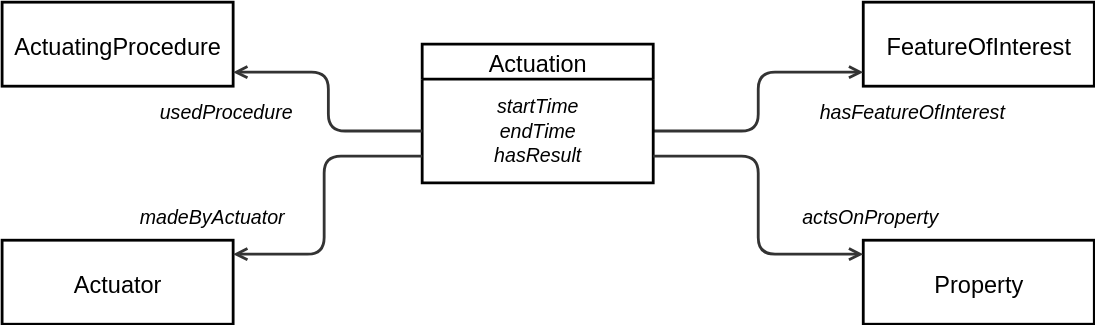
The draw.io diagram ssn/images/Actuation-overview.svg in w3c/sdw-sosa-ssn, before a commit. Source tidied: cells renumbered, new cells last; positions are measured from the earlier drawing's top-left corner, leaving out a move shared by most shapes.
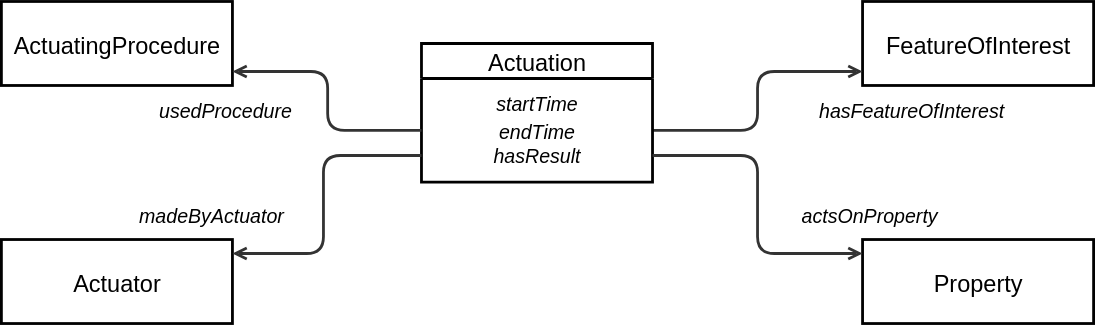
After the change.

Change to the diagram source:
```diff
@@ -22,7 +22,7 @@
     <mxCell id="6" value="Actuation" style="html=1;overflow=block;blockSpacing=1;swimlane;horizontal=1;fontStyle=0;swimlaneFillColor=none;startSize=25;whiteSpace=wrap;fontSize=16.8;align=center;spacing=0;strokeOpacity=100;fillColor=none;strokeWidth=2;fontColor=default;convertToSvg=1;" parent="1" vertex="1">
       <mxGeometry x="300" y="30" width="165" height="99" as="geometry" />
     </mxCell>
-    <mxCell id="7" value="&lt;div style=&quot;display: flex; justify-content: center; text-align: center; align-items: baseline; line-height: 1.25; margin-top: -2px;&quot;&gt;&lt;span style=&quot;font-style: italic;&quot;&gt;&lt;font style=&quot;font-size: 14px;&quot;&gt;startTime&lt;br&gt;&lt;/font&gt;&lt;/span&gt;&lt;/div&gt;&lt;div style=&quot;display: flex; justify-content: center; text-align: center; align-items: baseline; line-height: 1.25; margin-top: -2px;&quot;&gt;&lt;span&gt;&lt;span style=&quot;font-style: italic;&quot;&gt;&lt;font style=&quot;font-size: 14px;&quot;&gt;endTime&lt;br&gt;&lt;/font&gt;&lt;/span&gt;&lt;/span&gt;&lt;/div&gt;&lt;div style=&quot;display: flex; justify-content: center; text-align: center; align-items: baseline; line-height: 1.25; margin-top: -2px;&quot;&gt;&lt;span style=&quot;font-style: italic;&quot;&gt;&lt;font style=&quot;font-size: 14px;&quot;&gt;hasResult&lt;/font&gt;&lt;/span&gt;&lt;/div&gt;" style="html=1;strokeColor=none;fillColor=none;verticalAlign=middle;spacingLeft=4;spacingRight=4;overflow=hidden;points=[[0,0.5],[1,0.5]];portConstraint=eastwest;swimlaneFillColor=#unset;strokeOpacity=100;whiteSpace=wrap;fontSize=15.2;fontStyle=2;align=center;fontColor=default;convertToSvg=1;strokeWidth=2;" parent="6" vertex="1">
+    <mxCell id="7" value="&lt;div style=&quot;display: flex; justify-content: center; text-align: center; align-items: baseline; line-height: 1.25; margin-top: -2px;&quot;&gt;&lt;span style=&quot;font-style: italic;&quot;&gt;&lt;font style=&quot;font-size: 14px;&quot;&gt;startTime&lt;br&gt;&lt;/font&gt;&lt;span style=&quot;font-size: 14px; background-color: transparent; color: light-dark(rgb(0, 0, 0), rgb(255, 255, 255));&quot;&gt;endTime&lt;/span&gt;&lt;/span&gt;&lt;/div&gt;&lt;div style=&quot;display: flex; justify-content: center; text-align: center; align-items: baseline; line-height: 1.25; margin-top: -2px;&quot;&gt;&lt;span style=&quot;font-style: italic;&quot;&gt;&lt;font style=&quot;font-size: 14px;&quot;&gt;hasResult&lt;/font&gt;&lt;/span&gt;&lt;/div&gt;" style="html=1;strokeColor=none;fillColor=none;verticalAlign=middle;spacingLeft=4;spacingRight=4;overflow=hidden;points=[[0,0.5],[1,0.5]];portConstraint=eastwest;swimlaneFillColor=#unset;strokeOpacity=100;whiteSpace=wrap;fontSize=15.2;fontStyle=2;align=center;fontColor=default;convertToSvg=1;strokeWidth=2;" parent="6" vertex="1">
       <mxGeometry y="25" width="165" height="74" as="geometry" />
     </mxCell>
     <mxCell id="8" value="Actuator" style="html=1;overflow=block;blockSpacing=1;whiteSpace=wrap;fontSize=16.8;align=center;spacing=0;strokeOpacity=100;fillColor=none;strokeWidth=2;fontColor=default;convertToSvg=1;" parent="1" vertex="1">
```
